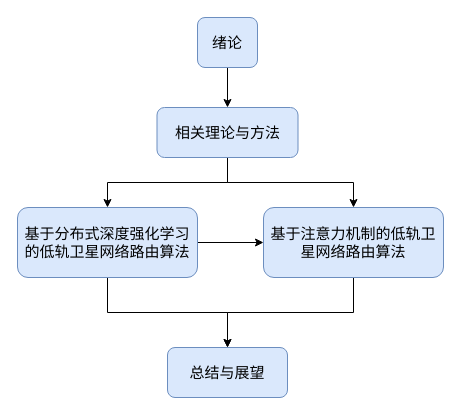
This is page "论文结构" (6 of 16) of drawio.drawio from peachhhhh/satellite, a draw.io file, before an edit. Source tidied: cells renumbered, new cells numbered last; positions are measured from the earlier drawing's top-left corner, leaving out a move shared by most shapes. Both pictures are drawn from the tidied source at 100%, with x=0, y=0 at pixel (17, 17).
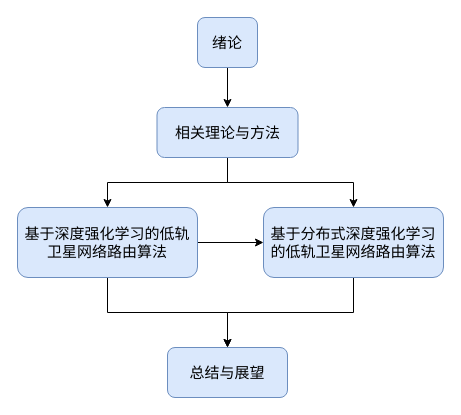
Above is the later version.

Change to the diagram source:
```diff
@@
 <mxGraphModel>
   <root>
     <mxCell id="0" />
     <mxCell id="1" parent="0" />
     <mxCell id="2" style="edgeStyle=orthogonalEdgeStyle;rounded=0;jettySize=auto;html=1;exitX=0.5;exitY=1;exitDx=0;exitDy=0;entryX=0.5;entryY=0;entryDx=0;entryDy=0;fontSize=15;" parent="1" edge="1" source="4" target="7">
       <mxGeometry relative="1" as="geometry" />
     </mxCell>
     <mxCell id="3" style="edgeStyle=orthogonalEdgeStyle;rounded=0;jettySize=auto;html=1;exitX=0.5;exitY=1;exitDx=0;exitDy=0;entryX=0.5;entryY=0;entryDx=0;entryDy=0;fontSize=15;" parent="1" edge="1" source="4" target="11">
       <mxGeometry relative="1" as="geometry" />
     </mxCell>
     <mxCell id="4" value="相关理论与方法" style="rounded=1;whiteSpace=wrap;html=1;fontSize=15;fillColor=#dae8fc;strokeColor=#6c8ebf;" parent="1" vertex="1">
       <mxGeometry x="139.5" y="90" width="141" height="50" as="geometry" />
     </mxCell>
     <mxCell id="5" style="edgeStyle=orthogonalEdgeStyle;rounded=0;jettySize=auto;html=1;exitX=1;exitY=0.5;exitDx=0;exitDy=0;entryX=0;entryY=0.5;entryDx=0;entryDy=0;fontSize=15;" parent="1" edge="1" source="7" target="11">
       <mxGeometry relative="1" as="geometry" />
     </mxCell>
     <mxCell id="6" style="edgeStyle=orthogonalEdgeStyle;rounded=0;jettySize=auto;html=1;exitX=0.5;exitY=1;exitDx=0;exitDy=0;fontSize=15;" parent="1" edge="1" source="7" target="12">
       <mxGeometry relative="1" as="geometry" />
     </mxCell>
-    <mxCell id="7" value="基于分布式深度强化学习的低轨卫星网络路由算法" style="rounded=1;whiteSpace=wrap;html=1;fontSize=15;fillColor=#dae8fc;strokeColor=#6c8ebf;" parent="1" vertex="1">
+    <mxCell id="7" value="基于深度强化学习的低轨卫星网络路由算法" style="rounded=1;whiteSpace=wrap;html=1;fontSize=15;fillColor=#dae8fc;strokeColor=#6c8ebf;" parent="1" vertex="1">
       <mxGeometry y="190" width="180" height="70" as="geometry" />
     </mxCell>
     <mxCell id="8" style="edgeStyle=orthogonalEdgeStyle;rounded=0;jettySize=auto;html=1;exitX=0.5;exitY=1;exitDx=0;exitDy=0;entryX=0.5;entryY=0;entryDx=0;entryDy=0;fontSize=15;" parent="1" edge="1" source="9" target="4">
       <mxGeometry relative="1" as="geometry" />
     </mxCell>
     <mxCell id="9" value="绪论" style="rounded=1;whiteSpace=wrap;html=1;fontSize=15;fillColor=#dae8fc;strokeColor=#6c8ebf;" parent="1" vertex="1">
       <mxGeometry x="180" width="60" height="50" as="geometry" />
     </mxCell>
     <mxCell id="10" style="edgeStyle=orthogonalEdgeStyle;rounded=0;jettySize=auto;html=1;exitX=0.5;exitY=1;exitDx=0;exitDy=0;fontSize=15;entryX=0.5;entryY=0;entryDx=0;entryDy=0;" parent="1" edge="1" source="11" target="12">
       <mxGeometry relative="1" as="geometry" />
     </mxCell>
-    <mxCell id="11" value="&lt;span style=&quot;font-size: 15px&quot;&gt;基于注意力机制的低轨卫星网络路由算法&lt;/span&gt;" style="rounded=1;whiteSpace=wrap;html=1;fillColor=#dae8fc;strokeColor=#6c8ebf;" parent="1" vertex="1">
+    <mxCell id="11" value="&lt;span style=&quot;font-size: 15px&quot;&gt;基于分布式深度强化学习的低轨卫星网络路由算法&lt;/span&gt;" style="rounded=1;whiteSpace=wrap;html=1;fillColor=#dae8fc;strokeColor=#6c8ebf;" parent="1" vertex="1">
       <mxGeometry x="246" y="190" width="180" height="70" as="geometry" />
     </mxCell>
     <mxCell id="12" value="总结与展望" style="rounded=1;whiteSpace=wrap;html=1;fontSize=15;fillColor=#dae8fc;strokeColor=#6c8ebf;" parent="1" vertex="1">
       <mxGeometry x="150" y="330" width="120" height="50" as="geometry" />
     </mxCell>
   </root>
 </mxGraphModel>
```
